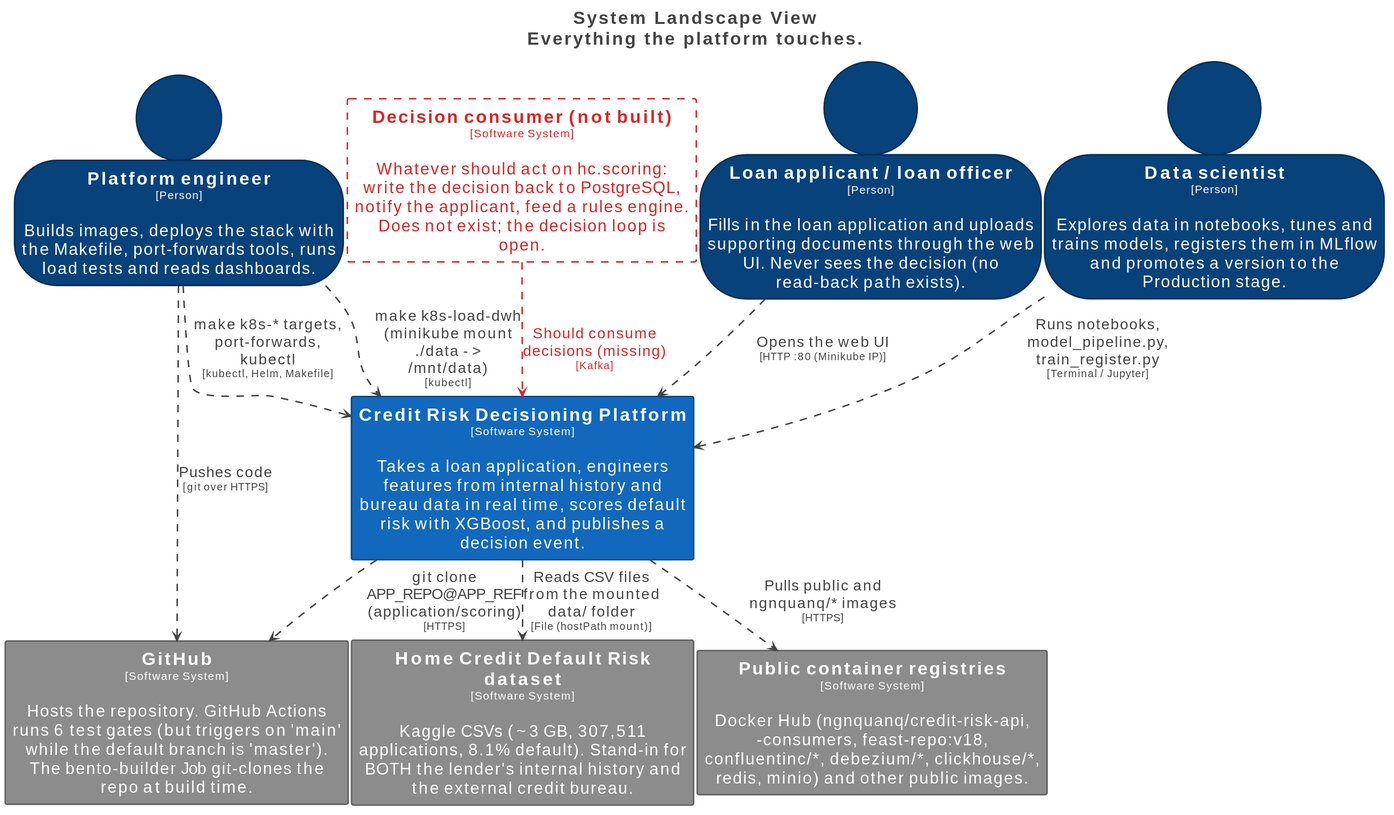
The PlantUML diagram docs/architecture/c4/docs/images/L0-Landscape.svg in ngnquanq/credit-risk-ml-system, before a commit. Its diagram source:
```plantuml
@startuml
title <size:24>System Landscape View</size>\n<size:24>Everything the platform touches.</size>

set separator none
top to bottom direction
skinparam ranksep 20
skinparam nodesep 5
hide stereotype

<style>
  root {
    BackgroundColor: #ffffff;
    FontColor: #444444;
  }
  // Element,Person
  .Element-RWxlbWVudCxQZXJzb24= {
    BackgroundColor: #08427b;
    LineColor: #052e56;
    LineStyle: 0;
    LineThickness: 2;
    FontColor: #ffffff;
    FontSize: 22;
    HorizontalAlignment: center;
    Shadowing: 0;
    MaximumWidth: 450;
  }
  // Element,Software System
  .Element-RWxlbWVudCxTb2Z0d2FyZSBTeXN0ZW0= {
    BackgroundColor: #1168bd;
    LineColor: #0b4884;
    LineStyle: 0;
    LineThickness: 2;
    FontColor: #ffffff;
    FontSize: 22;
    HorizontalAlignment: center;
    Shadowing: 0;
    MaximumWidth: 450;
  }
  // Element,Software System,External
  .Element-RWxlbWVudCxTb2Z0d2FyZSBTeXN0ZW0sRXh0ZXJuYWw= {
    BackgroundColor: #8c8c8c;
    LineColor: #626262;
    LineStyle: 0;
    LineThickness: 2;
    FontColor: #ffffff;
    FontSize: 22;
    HorizontalAlignment: center;
    Shadowing: 0;
    MaximumWidth: 450;
  }
  // Element,Software System,External,Gap
  .Element-RWxlbWVudCxTb2Z0d2FyZSBTeXN0ZW0sRXh0ZXJuYWwsR2Fw {
    BackgroundColor: #ffffff;
    LineColor: #d62728;
    LineStyle: 10-10;
    LineThickness: 2;
    FontColor: #d62728;
    FontSize: 22;
    HorizontalAlignment: center;
    Shadowing: 0;
    MaximumWidth: 450;
  }
  // Relationship
  .Relationship-UmVsYXRpb25zaGlw {
    LineThickness: 2;
    LineStyle: 10-10;
    LineColor: #444444;
    FontColor: #444444;
    FontSize: 20;
    MaximumWidth: 200;
  }
  // Relationship,Gap
  .Relationship-UmVsYXRpb25zaGlwLEdhcA== {
    LineThickness: 2;
    LineStyle: 10-10;
    LineColor: #d62728;
    FontColor: #d62728;
    FontSize: 20;
    MaximumWidth: 200;
  }
</style>

person "==Loan applicant / loan officer\n<size:15>[Person]</size>\n\nFills in the loan application and uploads supporting documents through the web UI. Never sees the decision (no read-back path exists)." <<Element-RWxlbWVudCxQZXJzb24=>> as Loanapplicantloanofficer
person "==Data scientist\n<size:15>[Person]</size>\n\nExplores data in notebooks, tunes and trains models, registers them in MLflow and promotes a version to the Production stage." <<Element-RWxlbWVudCxQZXJzb24=>> as Datascientist
person "==Platform engineer\n<size:15>[Person]</size>\n\nBuilds images, deploys the stack with the Makefile, port-forwards tools, runs load tests and reads dashboards." <<Element-RWxlbWVudCxQZXJzb24=>> as Platformengineer
rectangle "==Home Credit Default Risk dataset\n<size:15>[Software System]</size>\n\nKaggle CSVs (~3 GB, 307,511 applications, 8.1% default). Stand-in for BOTH the lender's internal history and the external credit bureau." <<Element-RWxlbWVudCxTb2Z0d2FyZSBTeXN0ZW0sRXh0ZXJuYWw=>> as HomeCreditDefaultRiskdataset
rectangle "==Public container registries\n<size:15>[Software System]</size>\n\nDocker Hub (ngnquanq/credit-risk-api, -consumers, feast-repo:v18, confluentinc/*, debezium/*, clickhouse/*, redis, minio) and other public images." <<Element-RWxlbWVudCxTb2Z0d2FyZSBTeXN0ZW0sRXh0ZXJuYWw=>> as Publiccontainerregistries
rectangle "==GitHub\n<size:15>[Software System]</size>\n\nHosts the repository. GitHub Actions runs 6 test gates (but triggers on 'main' while the default branch is 'master'). The bento-builder Job git-clones the repo at build time." <<Element-RWxlbWVudCxTb2Z0d2FyZSBTeXN0ZW0sRXh0ZXJuYWw=>> as GitHub
rectangle "==Decision consumer (not built)\n<size:15>[Software System]</size>\n\nWhatever should act on hc.scoring: write the decision back to PostgreSQL, notify the applicant, feed a rules engine. Does not exist; the decision loop is open." <<Element-RWxlbWVudCxTb2Z0d2FyZSBTeXN0ZW0sRXh0ZXJuYWwsR2Fw>> as Decisionconsumernotbuilt
rectangle "==Credit Risk Decisioning Platform\n<size:15>[Software System]</size>\n\nTakes a loan application, engineers features from internal history and bureau data in real time, scores default risk with XGBoost, and publishes a decision event." <<Element-RWxlbWVudCxTb2Z0d2FyZSBTeXN0ZW0=>> as CreditRiskDecisioningPlatform

Loanapplicantloanofficer --> CreditRiskDecisioningPlatform <<Relationship-UmVsYXRpb25zaGlw>> : "Opens the web UI\n<size:14>[HTTP :80 (Minikube IP)]</size>"
Platformengineer --> CreditRiskDecisioningPlatform <<Relationship-UmVsYXRpb25zaGlw>> : "make k8s-load-dwh (minikube mount ./data -> /mnt/data)\n<size:14>[kubectl]</size>"
CreditRiskDecisioningPlatform --> HomeCreditDefaultRiskdataset <<Relationship-UmVsYXRpb25zaGlw>> : "Reads CSV files from the mounted data/ folder\n<size:14>[File (hostPath mount)]</size>"
Decisionconsumernotbuilt --> CreditRiskDecisioningPlatform <<Relationship-UmVsYXRpb25zaGlwLEdhcA==>> : "Should consume decisions (missing)\n<size:14>[Kafka]</size>"
Datascientist --> CreditRiskDecisioningPlatform <<Relationship-UmVsYXRpb25zaGlw>> : "Runs notebooks, model_pipeline.py, train_register.py\n<size:14>[Terminal / Jupyter]</size>"
CreditRiskDecisioningPlatform --> GitHub <<Relationship-UmVsYXRpb25zaGlw>> : "git clone APP_REPO@APP_REF (application/scoring)\n<size:14>[HTTPS]</size>"
Platformengineer --> CreditRiskDecisioningPlatform <<Relationship-UmVsYXRpb25zaGlw>> : "make k8s-* targets, port-forwards, kubectl\n<size:14>[kubectl, Helm, Makefile]</size>"
Platformengineer --> GitHub <<Relationship-UmVsYXRpb25zaGlw>> : "Pushes code\n<size:14>[git over HTTPS]</size>"
CreditRiskDecisioningPlatform --> Publiccontainerregistries <<Relationship-UmVsYXRpb25zaGlw>> : "Pulls public and ngnquanq/* images\n<size:14>[HTTPS]</size>"
@enduml
```
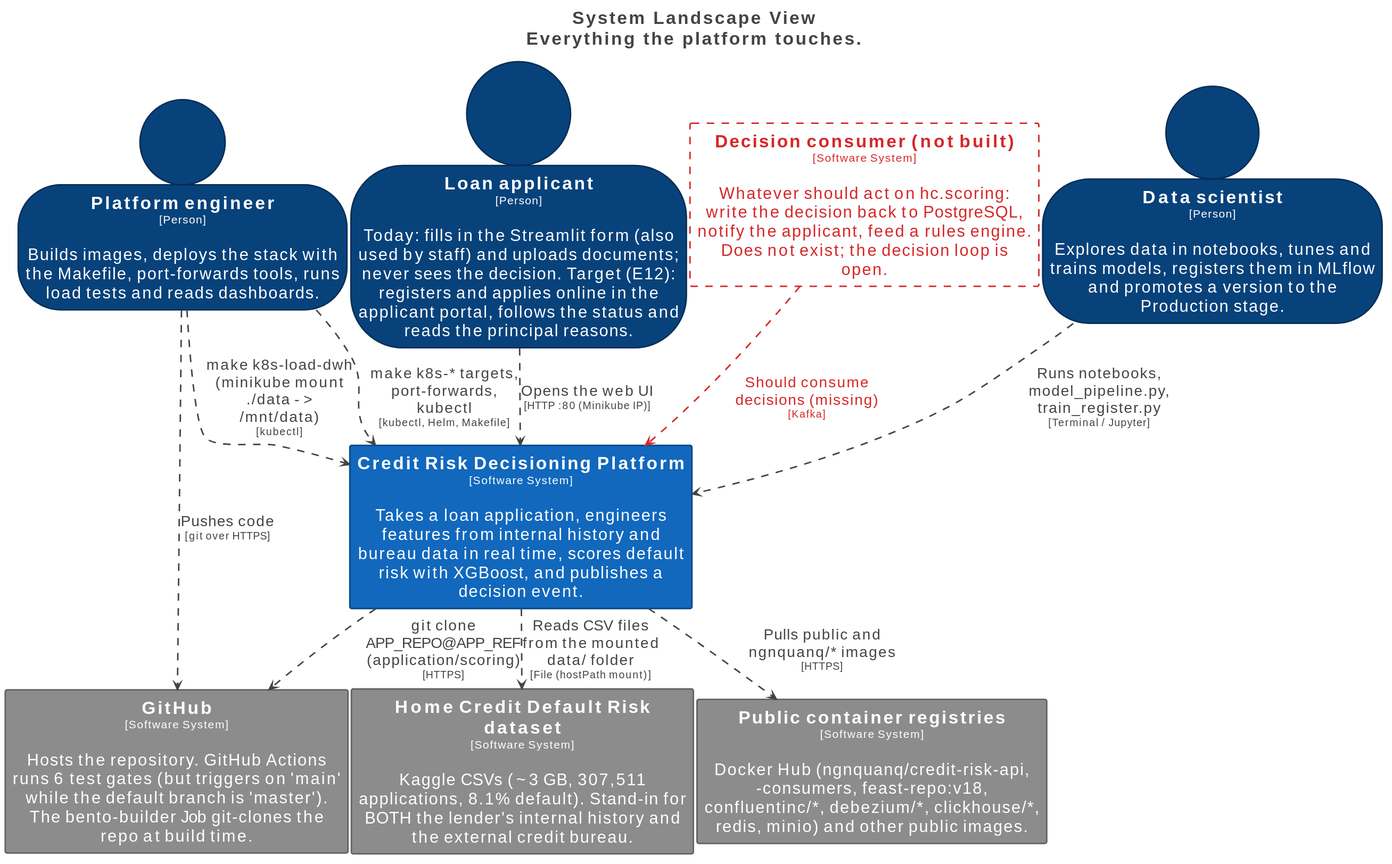
After the commit.

Change to the diagram source:
```diff
@@ -80,16 +80,16 @@
   }
 </style>
 
-person "==Loan applicant / loan officer\n<size:15>[Person]</size>\n\nFills in the loan application and uploads supporting documents through the web UI. Never sees the decision (no read-back path exists)." <<Element-RWxlbWVudCxQZXJzb24=>> as Loanapplicantloanofficer
+person "==Loan applicant\n<size:15>[Person]</size>\n\nToday: fills in the Streamlit form (also used by staff) and uploads documents; never sees the decision. Target (E12): registers and applies online in the applicant portal, follows the status and reads the principal reasons." <<Element-RWxlbWVudCxQZXJzb24=>> as Loanapplicant
+rectangle "==GitHub\n<size:15>[Software System]</size>\n\nHosts the repository. GitHub Actions runs 6 test gates (but triggers on 'main' while the default branch is 'master'). The bento-builder Job git-clones the repo at build time." <<Element-RWxlbWVudCxTb2Z0d2FyZSBTeXN0ZW0sRXh0ZXJuYWw=>> as GitHub
+rectangle "==Decision consumer (not built)\n<size:15>[Software System]</size>\n\nWhatever should act on hc.scoring: write the decision back to PostgreSQL, notify the applicant, feed a rules engine. Does not exist; the decision loop is open." <<Element-RWxlbWVudCxTb2Z0d2FyZSBTeXN0ZW0sRXh0ZXJuYWwsR2Fw>> as Decisionconsumernotbuilt
+rectangle "==Credit Risk Decisioning Platform\n<size:15>[Software System]</size>\n\nTakes a loan application, engineers features from internal history and bureau data in real time, scores default risk with XGBoost, and publishes a decision event." <<Element-RWxlbWVudCxTb2Z0d2FyZSBTeXN0ZW0=>> as CreditRiskDecisioningPlatform
 person "==Data scientist\n<size:15>[Person]</size>\n\nExplores data in notebooks, tunes and trains models, registers them in MLflow and promotes a version to the Production stage." <<Element-RWxlbWVudCxQZXJzb24=>> as Datascientist
 person "==Platform engineer\n<size:15>[Person]</size>\n\nBuilds images, deploys the stack with the Makefile, port-forwards tools, runs load tests and reads dashboards." <<Element-RWxlbWVudCxQZXJzb24=>> as Platformengineer
 rectangle "==Home Credit Default Risk dataset\n<size:15>[Software System]</size>\n\nKaggle CSVs (~3 GB, 307,511 applications, 8.1% default). Stand-in for BOTH the lender's internal history and the external credit bureau." <<Element-RWxlbWVudCxTb2Z0d2FyZSBTeXN0ZW0sRXh0ZXJuYWw=>> as HomeCreditDefaultRiskdataset
 rectangle "==Public container registries\n<size:15>[Software System]</size>\n\nDocker Hub (ngnquanq/credit-risk-api, -consumers, feast-repo:v18, confluentinc/*, debezium/*, clickhouse/*, redis, minio) and other public images." <<Element-RWxlbWVudCxTb2Z0d2FyZSBTeXN0ZW0sRXh0ZXJuYWw=>> as Publiccontainerregistries
-rectangle "==GitHub\n<size:15>[Software System]</size>\n\nHosts the repository. GitHub Actions runs 6 test gates (but triggers on 'main' while the default branch is 'master'). The bento-builder Job git-clones the repo at build time." <<Element-RWxlbWVudCxTb2Z0d2FyZSBTeXN0ZW0sRXh0ZXJuYWw=>> as GitHub
-rectangle "==Decision consumer (not built)\n<size:15>[Software System]</size>\n\nWhatever should act on hc.scoring: write the decision back to PostgreSQL, notify the applicant, feed a rules engine. Does not exist; the decision loop is open." <<Element-RWxlbWVudCxTb2Z0d2FyZSBTeXN0ZW0sRXh0ZXJuYWwsR2Fw>> as Decisionconsumernotbuilt
-rectangle "==Credit Risk Decisioning Platform\n<size:15>[Software System]</size>\n\nTakes a loan application, engineers features from internal history and bureau data in real time, scores default risk with XGBoost, and publishes a decision event." <<Element-RWxlbWVudCxTb2Z0d2FyZSBTeXN0ZW0=>> as CreditRiskDecisioningPlatform
 
-Loanapplicantloanofficer --> CreditRiskDecisioningPlatform <<Relationship-UmVsYXRpb25zaGlw>> : "Opens the web UI\n<size:14>[HTTP :80 (Minikube IP)]</size>"
+Loanapplicant --> CreditRiskDecisioningPlatform <<Relationship-UmVsYXRpb25zaGlw>> : "Opens the web UI\n<size:14>[HTTP :80 (Minikube IP)]</size>"
 Platformengineer --> CreditRiskDecisioningPlatform <<Relationship-UmVsYXRpb25zaGlw>> : "make k8s-load-dwh (minikube mount ./data -> /mnt/data)\n<size:14>[kubectl]</size>"
 CreditRiskDecisioningPlatform --> HomeCreditDefaultRiskdataset <<Relationship-UmVsYXRpb25zaGlw>> : "Reads CSV files from the mounted data/ folder\n<size:14>[File (hostPath mount)]</size>"
 Decisionconsumernotbuilt --> CreditRiskDecisioningPlatform <<Relationship-UmVsYXRpb25zaGlwLEdhcA==>> : "Should consume decisions (missing)\n<size:14>[Kafka]</size>"
```
